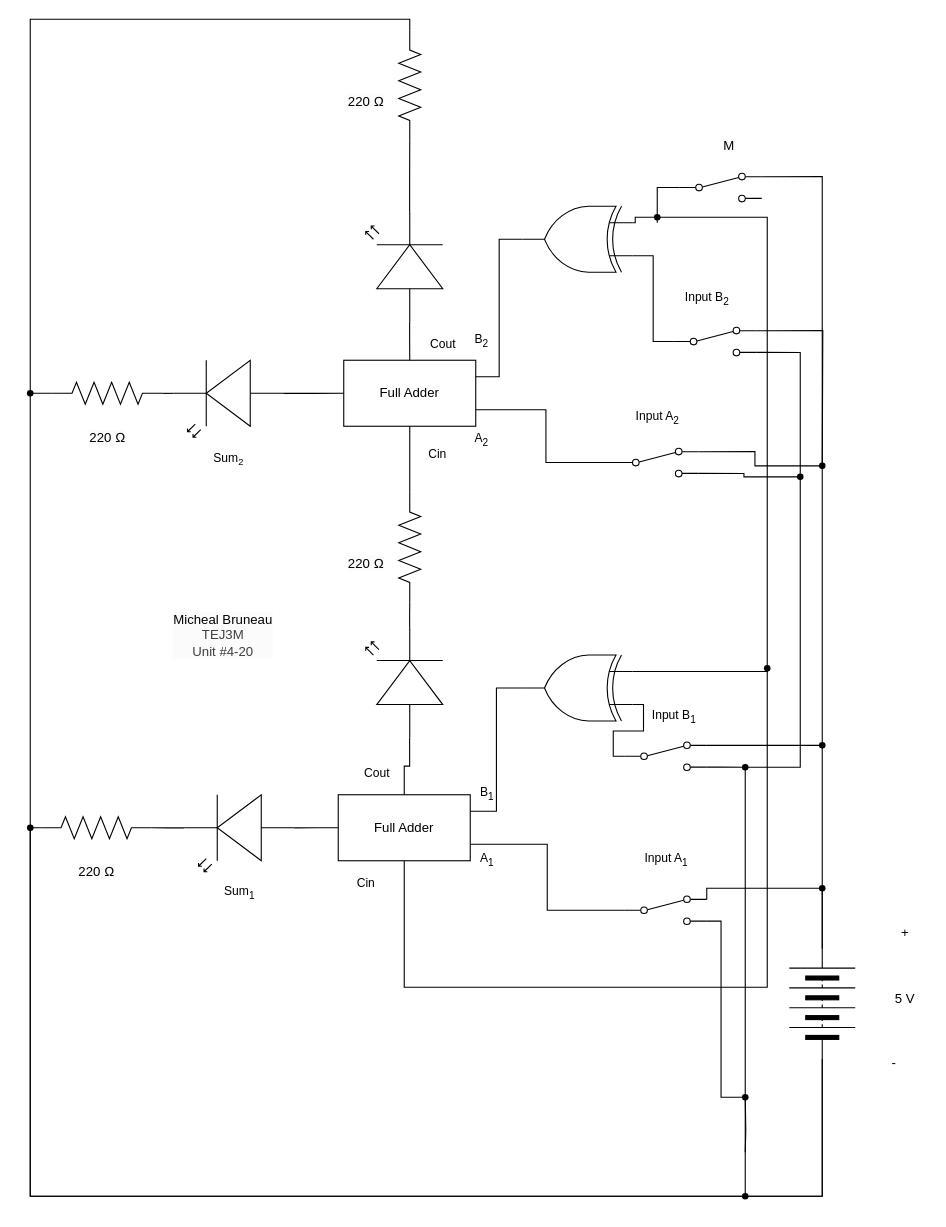
michael-bruneau/TEJ3M-Unit-4 keeps this draw.io diagram as 2_Bit_Adder/Subtractor/Schematic_diagram.drawio. Above is the earlier version. Source tidied: cells renumbered, new cells numbered last; positions are measured from the earlier drawing's top-left corner, leaving out a move shared by most shapes. Both pictures are drawn from the tidied source at 110%, with x=0, y=0 at pixel (19, 74).
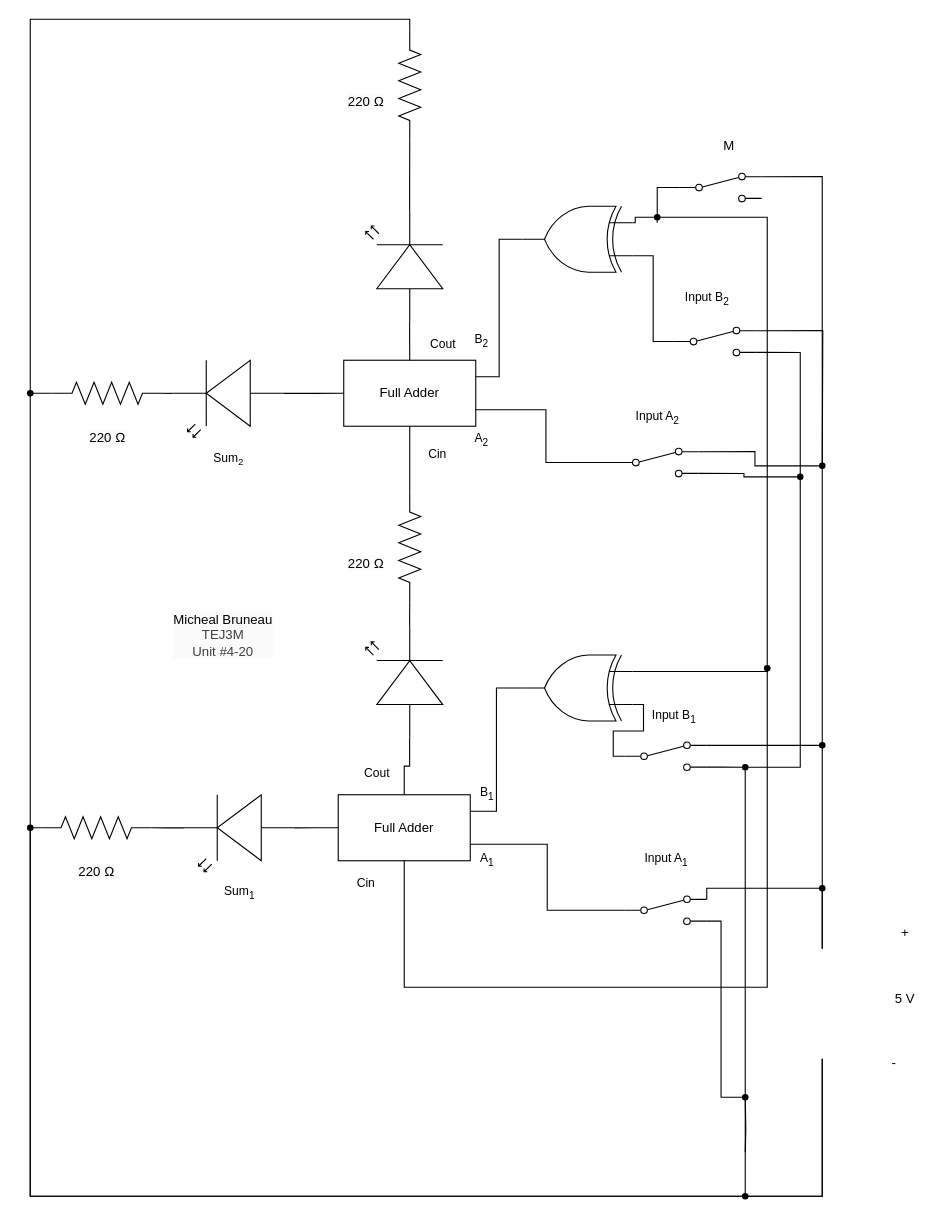
Above is the later version.

The change refers to these unchanged cells:
```xml
<mxCell id="15" style="html=1;shape=mxgraph.electrical.electro-mechanical.twoWaySwitch;elSwitchState=2;" parent="1" vertex="1">
  <mxGeometry x="550" y="747" width="75" height="26" as="geometry" />
</mxCell>
<mxCell id="17" style="html=1;shape=mxgraph.electrical.electro-mechanical.twoWaySwitch;elSwitchState=2;" parent="1" vertex="1">
  <mxGeometry x="550" y="607" width="75" height="26" as="geometry" />
</mxCell>
<mxCell id="29" style="verticalLabelPosition=bottom;shadow=0;dashed=0;align=center;html=1;verticalAlign=top;shape=mxgraph.electrical.resistors.resistor_2;" parent="1" vertex="1">
  <mxGeometry x="20" y="675" width="100" height="20" as="geometry" />
</mxCell>
<mxCell id="50" style="shape=waypoint;sketch=0;fillStyle=solid;size=6;points=[];fillColor=none;perimeter=centerPerimeter;snapToPoint=1;fontFamily=Helvetica;fontSize=11;fontColor=default;labelBackgroundColor=default;" parent="1" vertex="1">
  <mxGeometry x="650" y="1010" width="20" height="20" as="geometry" />
</mxCell>
```

Change to the diagram source:
```diff
@@
-    <mxCell id="3" style="edgeStyle=orthogonalEdgeStyle;html=1;exitX=1;exitY=0.5;exitDx=0;exitDy=0;endArrow=none;endFill=0;rounded=0;entryX=1;entryY=0.12;entryDx=0;entryDy=0;" parent="1" edge="1" source="4" target="17">
+    <mxCell id="3" style="edgeStyle=orthogonalEdgeStyle;html=1;exitX=1;exitY=0.5;exitDx=0;exitDy=0;endArrow=none;endFill=0;rounded=0;entryX=1;entryY=0.12;entryDx=0;entryDy=0;" parent="1" edge="1" target="17">
       <mxGeometry relative="1" as="geometry">
+        <mxPoint x="730" y="795" as="sourcePoint" />
         <Array as="points">
           <mxPoint x="730" y="610" />
         </Array>
       </mxGeometry>
     </mxCell>
-    <mxCell id="4" style="verticalLabelPosition=bottom;shadow=0;dashed=0;align=center;html=1;verticalAlign=top;shape=mxgraph.electrical.miscellaneous.batteryStack;rotation=-90;" parent="1" vertex="1">
-      <mxGeometry x="680" y="815" width="100" height="60" as="geometry" />
-    </mxCell>
@@
-    <mxCell id="10" style="edgeStyle=orthogonalEdgeStyle;shape=connector;curved=0;rounded=0;html=1;exitX=1;exitY=0.5;exitDx=0;exitDy=0;entryX=1;entryY=0.12;entryDx=0;entryDy=0;strokeColor=default;align=center;verticalAlign=middle;fontFamily=Helvetica;fontSize=11;fontColor=default;labelBackgroundColor=default;endArrow=none;endFill=0;" parent="1" edge="1" source="4" target="15">
+    <mxCell id="10" style="edgeStyle=orthogonalEdgeStyle;shape=connector;curved=0;rounded=0;html=1;exitX=1;exitY=0.5;exitDx=0;exitDy=0;entryX=1;entryY=0.12;entryDx=0;entryDy=0;strokeColor=default;align=center;verticalAlign=middle;fontFamily=Helvetica;fontSize=11;fontColor=default;labelBackgroundColor=default;endArrow=none;endFill=0;" parent="1" edge="1" target="15">
       <mxGeometry relative="1" as="geometry">
+        <mxPoint x="730" y="795" as="sourcePoint" />
         <Array as="points">
           <mxPoint x="730" y="740" />
           <mxPoint x="625" y="740" />
         </Array>
       </mxGeometry>
     </mxCell>
@@
-    <mxCell id="28" style="edgeStyle=orthogonalEdgeStyle;shape=connector;rounded=0;html=1;exitX=0;exitY=0.5;exitDx=0;exitDy=0;exitPerimeter=0;strokeColor=default;align=center;verticalAlign=middle;fontFamily=Helvetica;fontSize=11;fontColor=default;labelBackgroundColor=default;endArrow=none;endFill=0;entryX=0;entryY=0.5;entryDx=0;entryDy=0;" parent="1" edge="1" source="29" target="4">
+    <mxCell id="28" style="edgeStyle=orthogonalEdgeStyle;shape=connector;rounded=0;html=1;exitX=0;exitY=0.5;exitDx=0;exitDy=0;exitPerimeter=0;strokeColor=default;align=center;verticalAlign=middle;fontFamily=Helvetica;fontSize=11;fontColor=default;labelBackgroundColor=default;endArrow=none;endFill=0;entryX=0;entryY=0.5;entryDx=0;entryDy=0;" parent="1" edge="1" source="29">
       <mxGeometry relative="1" as="geometry">
+        <mxPoint x="730" y="895" as="targetPoint" />
         <Array as="points">
           <mxPoint x="10" y="685" />
           <mxPoint x="10" y="1020" />
           <mxPoint x="730" y="1020" />
         </Array>
       </mxGeometry>
     </mxCell>
@@
-    <mxCell id="36" style="edgeStyle=orthogonalEdgeStyle;shape=connector;rounded=0;html=1;exitDx=0;exitDy=0;entryX=0;entryY=0.5;entryDx=0;entryDy=0;strokeColor=default;align=center;verticalAlign=middle;fontFamily=Helvetica;fontSize=11;fontColor=default;labelBackgroundColor=default;endArrow=none;endFill=0;" parent="1" edge="1" source="50" target="4">
+    <mxCell id="36" style="edgeStyle=orthogonalEdgeStyle;shape=connector;rounded=0;html=1;exitDx=0;exitDy=0;entryX=0;entryY=0.5;entryDx=0;entryDy=0;strokeColor=default;align=center;verticalAlign=middle;fontFamily=Helvetica;fontSize=11;fontColor=default;labelBackgroundColor=default;endArrow=none;endFill=0;" parent="1" edge="1" source="50">
       <mxGeometry relative="1" as="geometry">
+        <mxPoint x="730" y="895" as="targetPoint" />
         <Array as="points">
           <mxPoint x="730" y="1020" />
         </Array>
       </mxGeometry>
     </mxCell>
```
